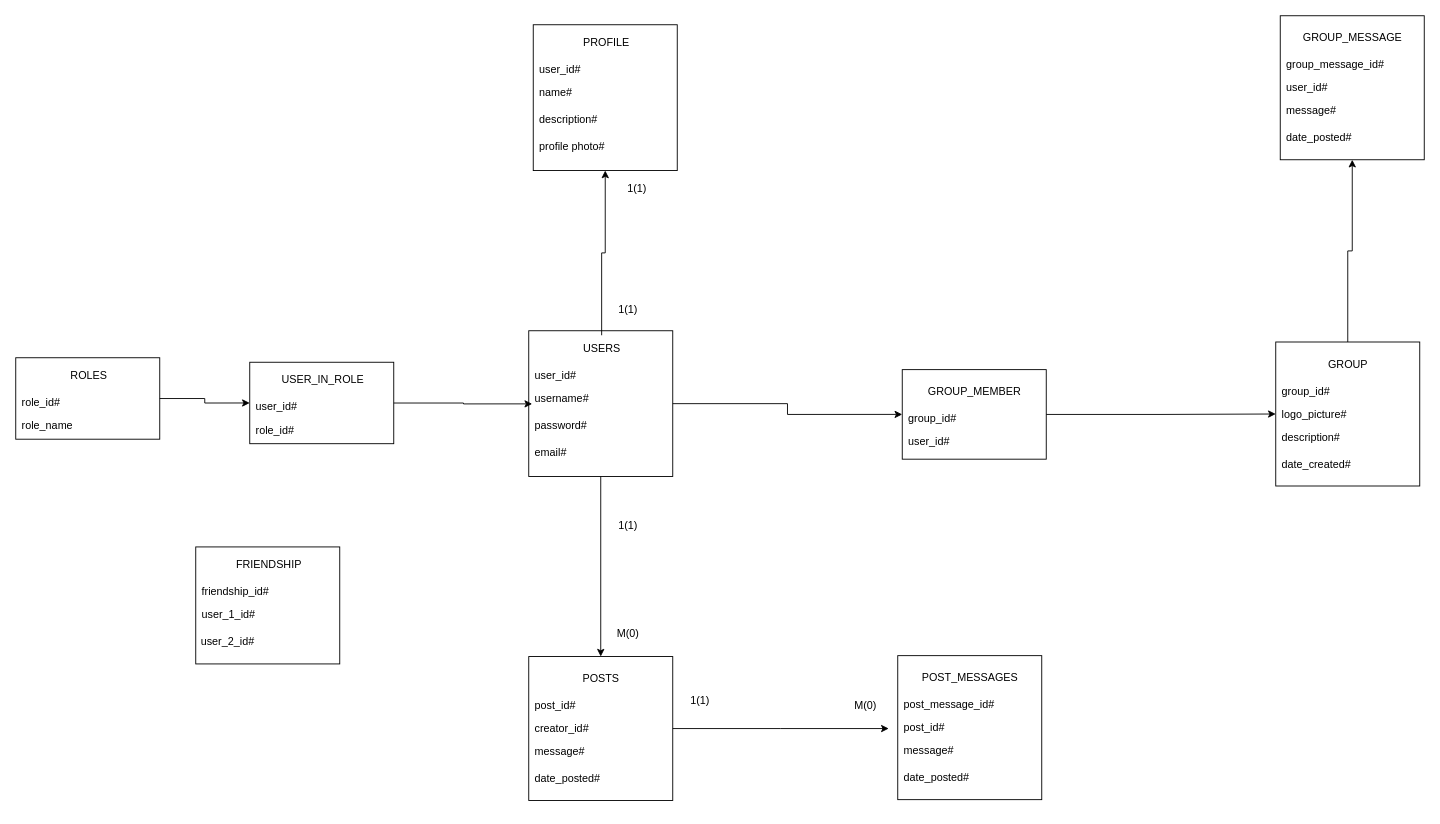
Earlier version of the draw.io diagram BD.drawio (ProiecteFacultate/Proiect_ASP). Source tidied: cells renumbered, new cells numbered last; positions are measured from the earlier drawing's top-left corner, leaving out a move shared by most shapes. Both pictures are drawn from the tidied source at 90%, with x=0, y=0 at pixel (15, 15).
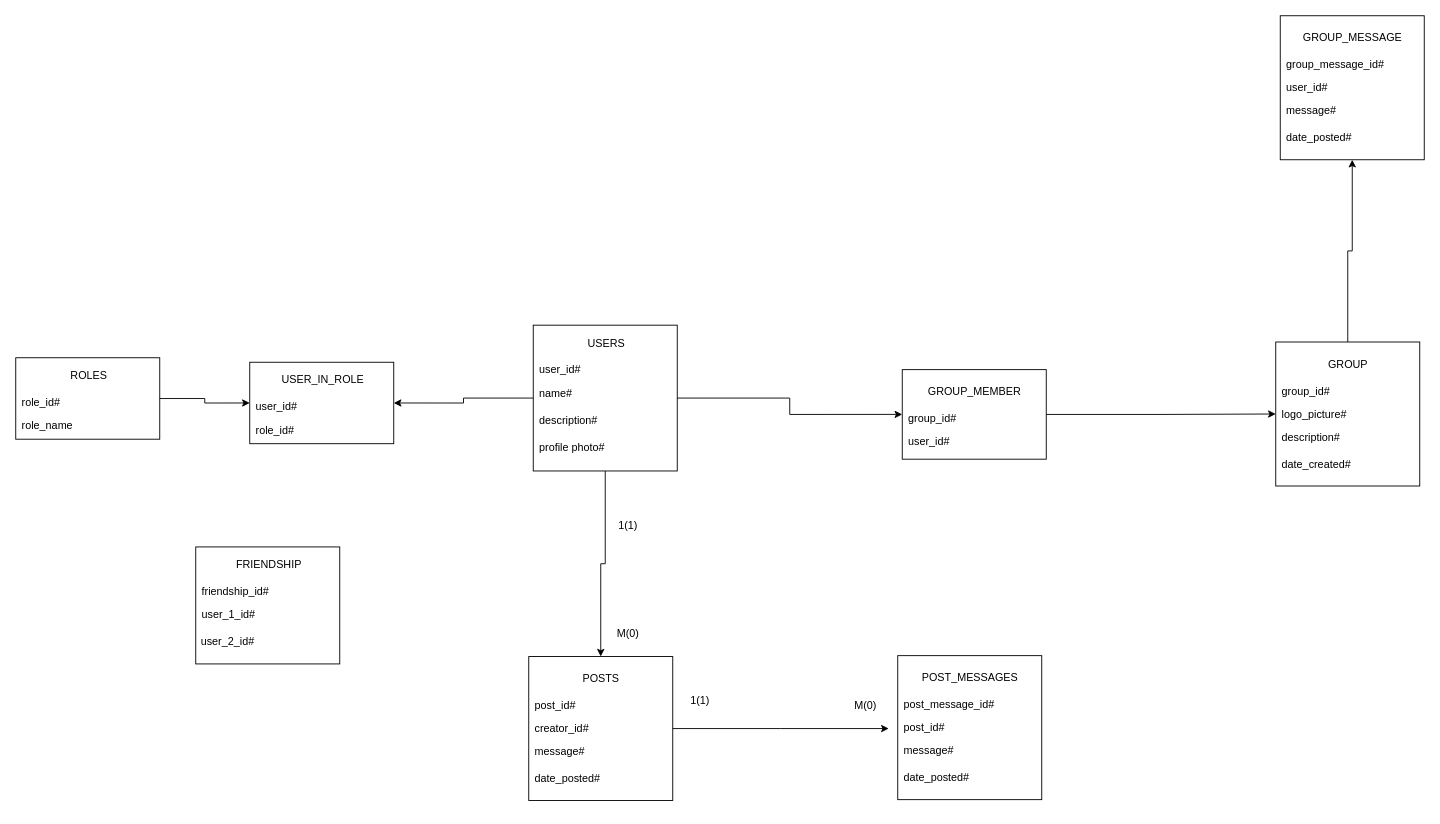
The same page after the edit.

Unchanged cells that the change refers to:
```xml
<mxCell id="21" style="rounded=0;whiteSpace=wrap;html=1;fillColor=none;" parent="1" vertex="1">
  <mxGeometry x="570" y="712" width="160" height="160" as="geometry" />
</mxCell>
<mxCell id="54" style="rounded=0;whiteSpace=wrap;html=1;fillColor=none;" parent="1" vertex="1">
  <mxGeometry x="985" y="393.2" width="160" height="99.5" as="geometry" />
</mxCell>
<mxCell id="68" style="rounded=0;whiteSpace=wrap;html=1;fillColor=none;" parent="1" vertex="1">
  <mxGeometry x="260" y="385" width="160" height="90.5" as="geometry" />
</mxCell>
```

What changed in the source:
```diff
@@
-    <mxCell id="2" style="edgeStyle=orthogonalEdgeStyle;rounded=0;jettySize=auto;html=1;" parent="1" edge="1" source="4" target="21">
-      <mxGeometry relative="1" as="geometry" />
-    </mxCell>
-    <mxCell id="3" style="edgeStyle=orthogonalEdgeStyle;rounded=0;jettySize=auto;html=1;entryX=0;entryY=0.5;entryDx=0;entryDy=0;" parent="1" edge="1" source="4" target="54">
-      <mxGeometry relative="1" as="geometry" />
-    </mxCell>
-    <mxCell id="4" style="rounded=0;whiteSpace=wrap;html=1;fillColor=none;" parent="1" vertex="1">
-      <mxGeometry x="570" y="350" width="160" height="162" as="geometry" />
-    </mxCell>
-    <mxCell id="5" style="edgeStyle=orthogonalEdgeStyle;rounded=0;jettySize=auto;html=1;entryX=0.5;entryY=1;entryDx=0;entryDy=0;" parent="1" edge="1" source="6" target="11">
-      <mxGeometry relative="1" as="geometry" />
-    </mxCell>
-    <mxCell id="6" value="USERS" style="text;html=1;align=center;verticalAlign=middle;points=[];fillColor=none;strokeColor=none;rounded=0;" parent="1" vertex="1">
-      <mxGeometry x="621" y="355" width="60" height="30" as="geometry" />
-    </mxCell>
-    <mxCell id="7" value="user_id#" style="text;html=1;align=left;verticalAlign=middle;fillColor=none;strokeColor=none;rounded=0;" parent="1" vertex="1">
-      <mxGeometry x="575" y="385" width="70" height="30" as="geometry" />
-    </mxCell>
-    <mxCell id="8" value="username#" style="text;html=1;align=left;verticalAlign=middle;points=[];fillColor=none;strokeColor=none;rounded=0;" parent="1" vertex="1">
-      <mxGeometry x="575" y="411" width="80" height="30" as="geometry" />
-    </mxCell>
-    <mxCell id="9" value="password#" style="text;html=1;align=left;verticalAlign=middle;fillColor=none;strokeColor=none;rounded=0;" parent="1" vertex="1">
-      <mxGeometry x="575" y="441" width="80" height="30" as="geometry" />
-    </mxCell>
-    <mxCell id="10" value="email#" style="text;html=1;align=left;verticalAlign=middle;fillColor=none;strokeColor=none;rounded=0;" parent="1" vertex="1">
-      <mxGeometry x="575" y="471" width="60" height="30" as="geometry" />
-    </mxCell>
+    <mxCell id="77" style="edgeStyle=orthogonalEdgeStyle;rounded=0;jettySize=auto;html=1;entryX=0.5;entryY=0;entryDx=0;entryDy=0;" parent="1" edge="1" source="11" target="21">
+      <mxGeometry relative="1" as="geometry" />
+    </mxCell>
+    <mxCell id="78" style="edgeStyle=orthogonalEdgeStyle;rounded=0;jettySize=auto;html=1;entryX=1;entryY=0.5;entryDx=0;entryDy=0;" parent="1" edge="1" source="11" target="68">
+      <mxGeometry relative="1" as="geometry" />
+    </mxCell>
+    <mxCell id="79" style="edgeStyle=orthogonalEdgeStyle;rounded=0;jettySize=auto;html=1;entryX=0;entryY=0.5;entryDx=0;entryDy=0;" parent="1" edge="1" source="11" target="54">
+      <mxGeometry relative="1" as="geometry" />
+    </mxCell>
     <mxCell id="11" style="rounded=0;whiteSpace=wrap;html=1;fillColor=none;" parent="1" vertex="1">
-      <mxGeometry x="575" y="10" width="160" height="162" as="geometry" />
+      <mxGeometry x="575" y="343.8" width="160" height="162" as="geometry" />
     </mxCell>
-    <mxCell id="12" value="PROFILE" style="text;html=1;align=center;verticalAlign=middle;fillColor=none;strokeColor=none;rounded=0;" parent="1" vertex="1">
-      <mxGeometry x="621" y="15" width="70" height="30" as="geometry" />
+    <mxCell id="12" value="USERS" style="text;html=1;align=center;verticalAlign=middle;fillColor=none;strokeColor=none;rounded=0;" parent="1" vertex="1">
+      <mxGeometry x="626" y="348.8" width="60" height="30" as="geometry" />
     </mxCell>
     <mxCell id="13" value="user_id#" style="text;html=1;align=left;verticalAlign=middle;fillColor=none;strokeColor=none;rounded=0;" parent="1" vertex="1">
-      <mxGeometry x="580" y="45" width="70" height="30" as="geometry" />
+      <mxGeometry x="580" y="378.8" width="70" height="30" as="geometry" />
     </mxCell>
     <mxCell id="14" value="name#" style="text;html=1;align=left;verticalAlign=middle;fillColor=none;strokeColor=none;rounded=0;" parent="1" vertex="1">
-      <mxGeometry x="580" y="71" width="60" height="30" as="geometry" />
+      <mxGeometry x="580" y="404.8" width="60" height="30" as="geometry" />
     </mxCell>
     <mxCell id="15" value="description#" style="text;html=1;align=left;verticalAlign=middle;fillColor=none;strokeColor=none;rounded=0;" parent="1" vertex="1">
-      <mxGeometry x="580" y="101" width="90" height="30" as="geometry" />
+      <mxGeometry x="580" y="434.8" width="90" height="30" as="geometry" />
     </mxCell>
     <mxCell id="16" value="profile photo#" style="text;html=1;align=left;verticalAlign=middle;fillColor=none;strokeColor=none;rounded=0;" parent="1" vertex="1">
-      <mxGeometry x="580" y="131" width="100" height="30" as="geometry" />
+      <mxGeometry x="580" y="464.8" width="100" height="30" as="geometry" />
     </mxCell>
@@
-    <mxCell id="18" value="1(1)" style="text;html=1;align=center;verticalAlign=middle;fillColor=none;strokeColor=none;rounded=0;rotation=0;" parent="1" vertex="1">
-      <mxGeometry x="660" y="312" width="40" height="30" as="geometry" />
-    </mxCell>
-    <mxCell id="19" value="1(1)" style="text;html=1;align=center;verticalAlign=middle;fillColor=none;strokeColor=none;rounded=0;rotation=0;" parent="1" vertex="1">
-      <mxGeometry x="670" y="177" width="40" height="30" as="geometry" />
-    </mxCell>
@@
-    <mxCell id="67" style="edgeStyle=orthogonalEdgeStyle;rounded=0;jettySize=auto;html=1;entryX=-0.015;entryY=0.675;entryDx=0;entryDy=0;entryPerimeter=0;" parent="1" edge="1" source="68" target="8">
-      <mxGeometry relative="1" as="geometry" />
-    </mxCell>
```
